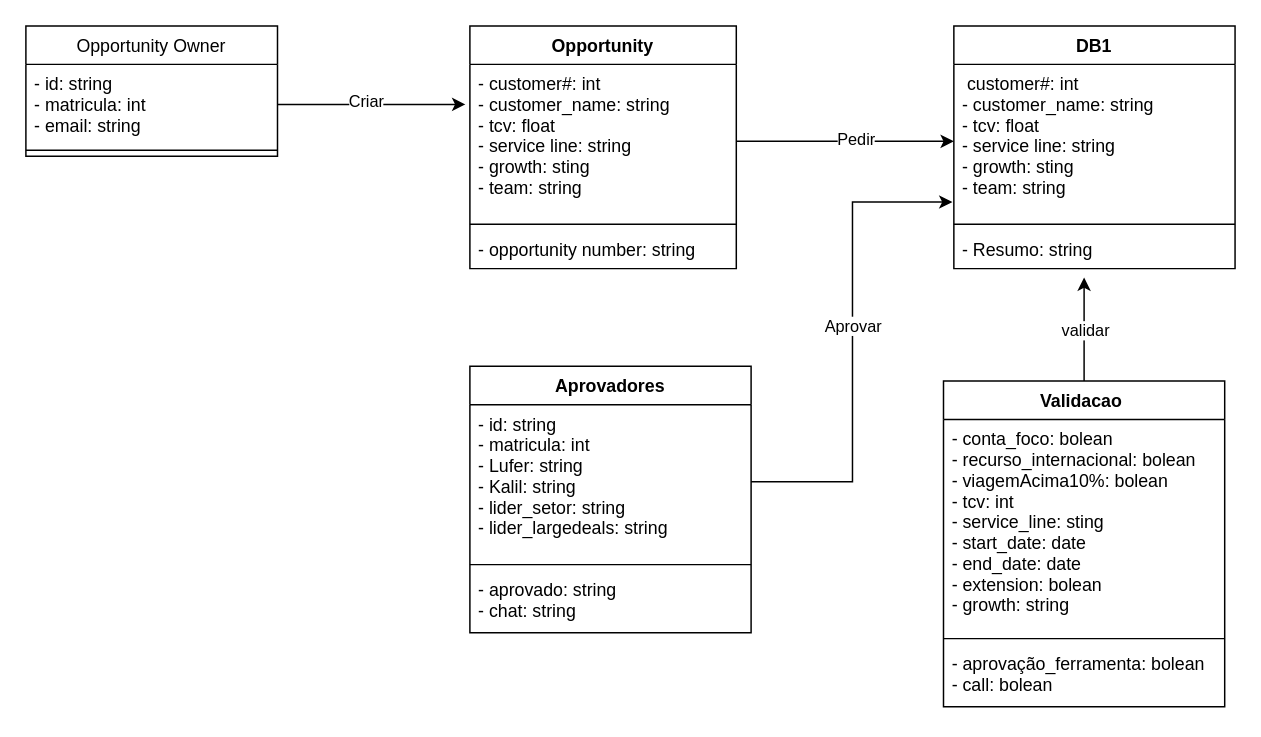
This is DiagramaClasse_DB1.drawio from Faslala/Mari_mentoring, a draw.io file, before an edit. Source tidied: cells renumbered, new cells numbered last; positions are measured from the earlier drawing's top-left corner, leaving out a move shared by most shapes. Both pictures are drawn from the tidied source at 148%, with x=0, y=0 at pixel (25, 25).
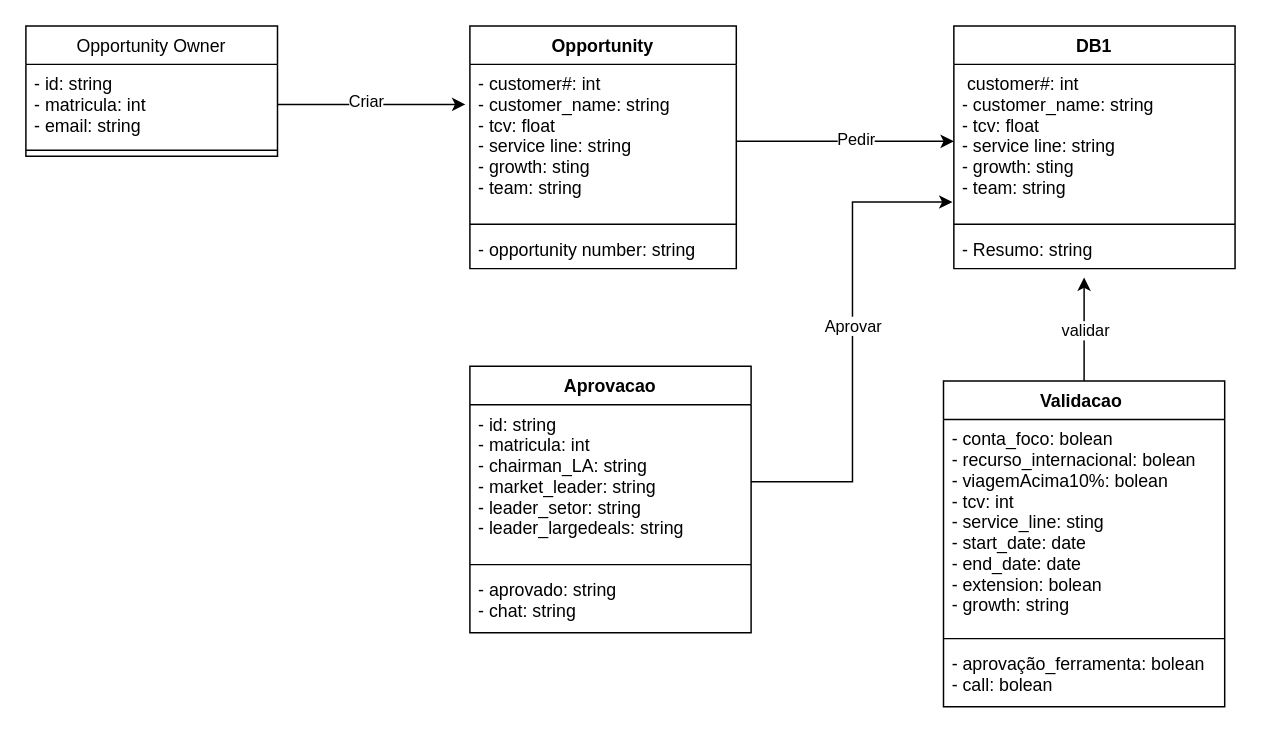
The same diagram, later.

What changed in the source:
```diff
@@
-    <mxCell id="22" value="Aprovadores" style="swimlane;fontStyle=1;align=center;verticalAlign=top;horizontal=1;startSize=26;" parent="1" vertex="1">
+    <mxCell id="22" value="Aprovacao" style="swimlane;fontStyle=1;align=center;verticalAlign=top;horizontal=1;startSize=26;" parent="1" vertex="1">
       <mxGeometry x="300" y="230" width="190" height="180" as="geometry" />
     </mxCell>
-    <mxCell id="23" value="- id: string&#10;- matricula: int&#10;- Lufer: string&#10;- Kalil: string&#10;- lider_setor: string&#10;- lider_largedeals: string" style="text;strokeColor=none;fillColor=none;align=left;verticalAlign=top;spacingLeft=4;spacingRight=4;overflow=hidden;points=[[0,0.5],[1,0.5]];portConstraint=eastwest;" parent="22" vertex="1">
+    <mxCell id="23" value="- id: string&#10;- matricula: int&#10;- chairman_LA: string&#10;- market_leader: string&#10;- leader_setor: string&#10;- leader_largedeals: string" style="text;strokeColor=none;fillColor=none;align=left;verticalAlign=top;spacingLeft=4;spacingRight=4;overflow=hidden;points=[[0,0.5],[1,0.5]];portConstraint=eastwest;" parent="22" vertex="1">
       <mxGeometry y="26" width="190" height="104" as="geometry" />
     </mxCell>
```
